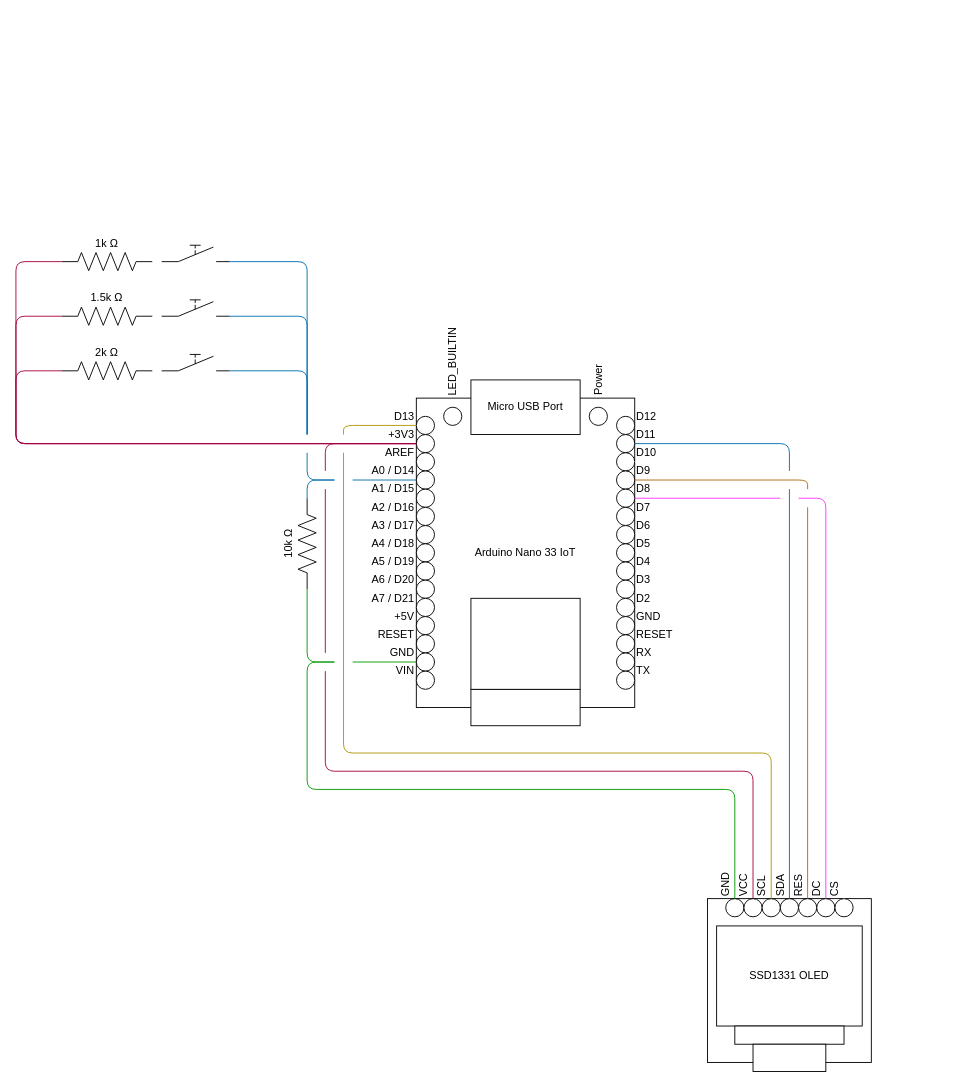
Before: Prototype/Wiring Diagram.drawio in Matt-Anders-Gib/Battleships, a draw.io diagram. Source tidied: cells renumbered, new cells numbered last; positions are measured from the earlier drawing's top-left corner, leaving out a move shared by most shapes. Both pictures are drawn from the tidied source at 91%, with x=0, y=0 at pixel (15, 234).
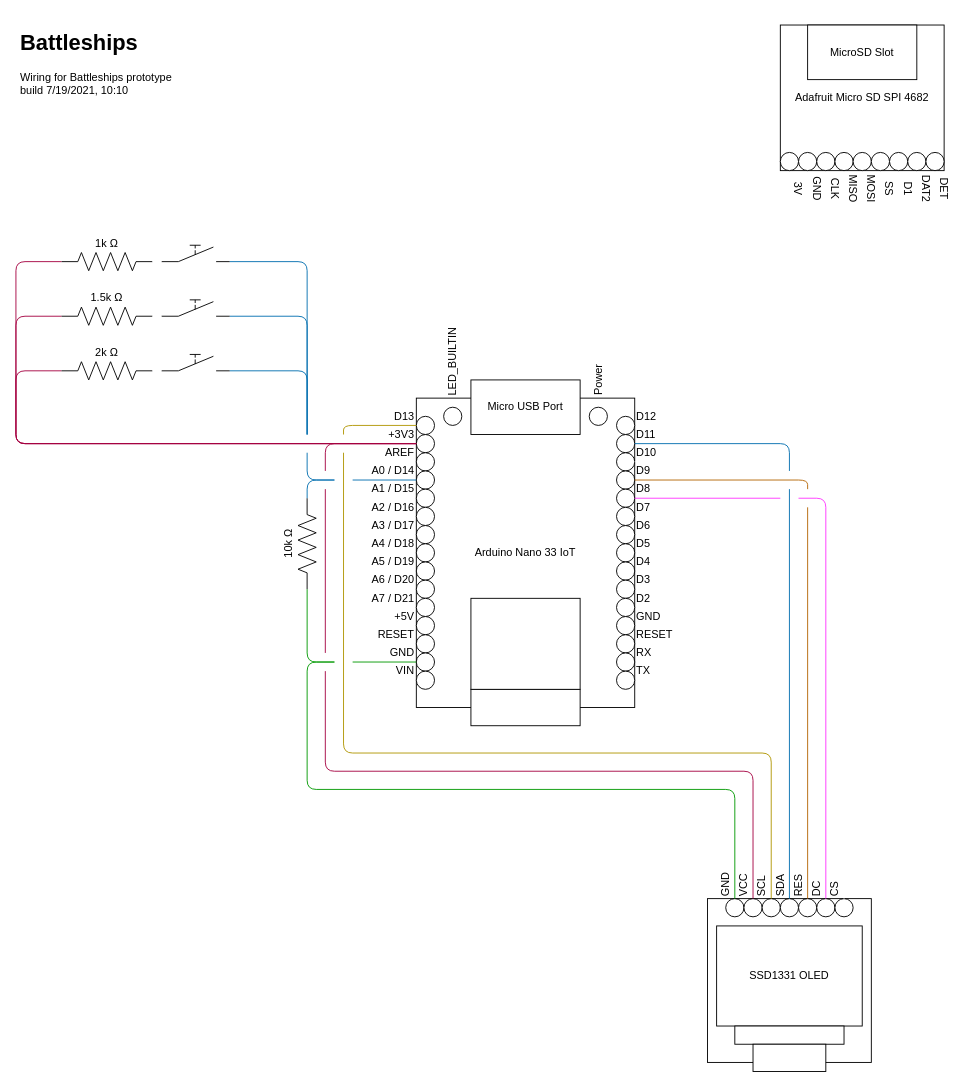
The same page after the edit.

Commit message:
Minor changes to wiring diagram

Diff of the diagram source:
```diff
@@
+    <mxCell id="132" parent="0" />
+    <mxCell id="133" value="Adafruit Micro SD SPI 4682" style="rounded=0;whiteSpace=wrap;html=1;" parent="132" vertex="1">
+      <mxGeometry x="840" y="-230" width="180" height="160" as="geometry" />
+    </mxCell>
+    <mxCell id="134" value="MicroSD Slot" style="rounded=0;whiteSpace=wrap;html=1;" parent="132" vertex="1">
+      <mxGeometry x="870" y="-230" width="120" height="60" as="geometry" />
+    </mxCell>
+    <mxCell id="135" style="ellipse;whiteSpace=wrap;html=1;" parent="132" vertex="1">
+      <mxGeometry x="840" y="-90" width="20" height="20" as="geometry" />
+    </mxCell>
+    <mxCell id="136" style="ellipse;whiteSpace=wrap;html=1;" parent="132" vertex="1">
+      <mxGeometry x="860" y="-90" width="20" height="20" as="geometry" />
+    </mxCell>
+    <mxCell id="137" style="ellipse;whiteSpace=wrap;html=1;" parent="132" vertex="1">
+      <mxGeometry x="880" y="-90" width="20" height="20" as="geometry" />
+    </mxCell>
+    <mxCell id="138" style="ellipse;whiteSpace=wrap;html=1;" parent="132" vertex="1">
+      <mxGeometry x="900" y="-90" width="20" height="20" as="geometry" />
+    </mxCell>
+    <mxCell id="139" style="ellipse;whiteSpace=wrap;html=1;" parent="132" vertex="1">
+      <mxGeometry x="920" y="-90" width="20" height="20" as="geometry" />
+    </mxCell>
+    <mxCell id="140" style="ellipse;whiteSpace=wrap;html=1;" parent="132" vertex="1">
+      <mxGeometry x="940" y="-90" width="20" height="20" as="geometry" />
+    </mxCell>
+    <mxCell id="141" style="ellipse;whiteSpace=wrap;html=1;" parent="132" vertex="1">
+      <mxGeometry x="960" y="-90" width="20" height="20" as="geometry" />
+    </mxCell>
+    <mxCell id="142" style="ellipse;whiteSpace=wrap;html=1;" parent="132" vertex="1">
+      <mxGeometry x="980" y="-90" width="20" height="20" as="geometry" />
+    </mxCell>
+    <mxCell id="143" style="ellipse;whiteSpace=wrap;html=1;" parent="132" vertex="1">
+      <mxGeometry x="1000" y="-90" width="20" height="20" as="geometry" />
+    </mxCell>
+    <mxCell id="144" value="3V" style="text;html=1;strokeColor=none;fillColor=none;align=center;verticalAlign=middle;whiteSpace=wrap;rounded=0;rotation=90;" parent="132" vertex="1">
+      <mxGeometry x="840" y="-60" width="40" height="20" as="geometry" />
+    </mxCell>
+    <mxCell id="145" value="CLK" style="text;html=1;strokeColor=none;fillColor=none;align=center;verticalAlign=middle;whiteSpace=wrap;rounded=0;rotation=90;" parent="132" vertex="1">
+      <mxGeometry x="880" y="-60" width="40" height="20" as="geometry" />
+    </mxCell>
+    <mxCell id="146" value="MISO" style="text;html=1;strokeColor=none;fillColor=none;align=center;verticalAlign=middle;whiteSpace=wrap;rounded=0;rotation=90;" parent="132" vertex="1">
+      <mxGeometry x="900" y="-60" width="40" height="20" as="geometry" />
+    </mxCell>
+    <mxCell id="147" value="MOSI" style="text;html=1;strokeColor=none;fillColor=none;align=center;verticalAlign=middle;whiteSpace=wrap;rounded=0;rotation=90;" parent="132" vertex="1">
+      <mxGeometry x="920" y="-60" width="40" height="20" as="geometry" />
+    </mxCell>
+    <mxCell id="148" value="SS" style="text;html=1;strokeColor=none;fillColor=none;align=center;verticalAlign=middle;whiteSpace=wrap;rounded=0;rotation=90;" parent="132" vertex="1">
+      <mxGeometry x="940" y="-60" width="40" height="20" as="geometry" />
+    </mxCell>
+    <mxCell id="149" value="D1" style="text;html=1;strokeColor=none;fillColor=none;align=center;verticalAlign=middle;whiteSpace=wrap;rounded=0;rotation=90;" parent="132" vertex="1">
+      <mxGeometry x="960" y="-60" width="40" height="20" as="geometry" />
+    </mxCell>
+    <mxCell id="150" value="DAT2" style="text;html=1;strokeColor=none;fillColor=none;align=center;verticalAlign=middle;whiteSpace=wrap;rounded=0;rotation=90;" parent="132" vertex="1">
+      <mxGeometry x="980" y="-60" width="40" height="20" as="geometry" />
+    </mxCell>
+    <mxCell id="151" value="DET" style="text;html=1;strokeColor=none;fillColor=none;align=center;verticalAlign=middle;whiteSpace=wrap;rounded=0;rotation=90;" parent="132" vertex="1">
+      <mxGeometry x="1000" y="-60" width="40" height="20" as="geometry" />
+    </mxCell>
+    <mxCell id="152" value="GND" style="text;html=1;strokeColor=none;fillColor=none;align=center;verticalAlign=middle;whiteSpace=wrap;rounded=0;rotation=90;" parent="132" vertex="1">
+      <mxGeometry x="860" y="-60" width="40" height="20" as="geometry" />
+    </mxCell>
+    <mxCell id="153" value="&lt;h1&gt;Battleships&lt;/h1&gt;&lt;p&gt;Wiring for Battleships prototype build&amp;nbsp;&lt;span&gt;7/19/2021, 10:10&lt;/span&gt;&lt;/p&gt;" style="text;html=1;strokeColor=none;fillColor=none;spacing=5;spacingTop=-20;whiteSpace=wrap;overflow=hidden;rounded=0;align=left;" parent="132" vertex="1">
+      <mxGeometry y="-230" width="190" height="120" as="geometry" />
+    </mxCell>
```
